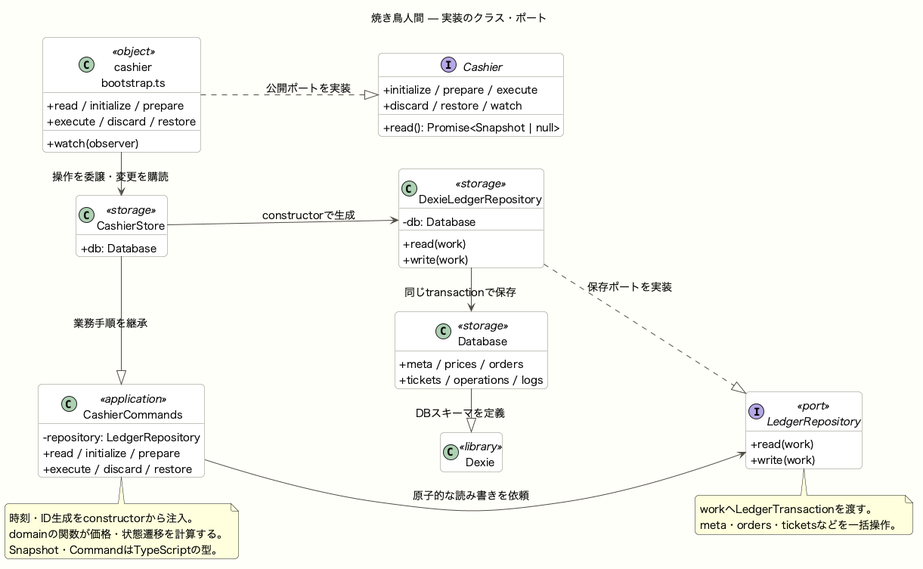
97kuek/yakitoriningen keeps this PlantUML diagram as docs/images/classes.png. Above is the earlier version.
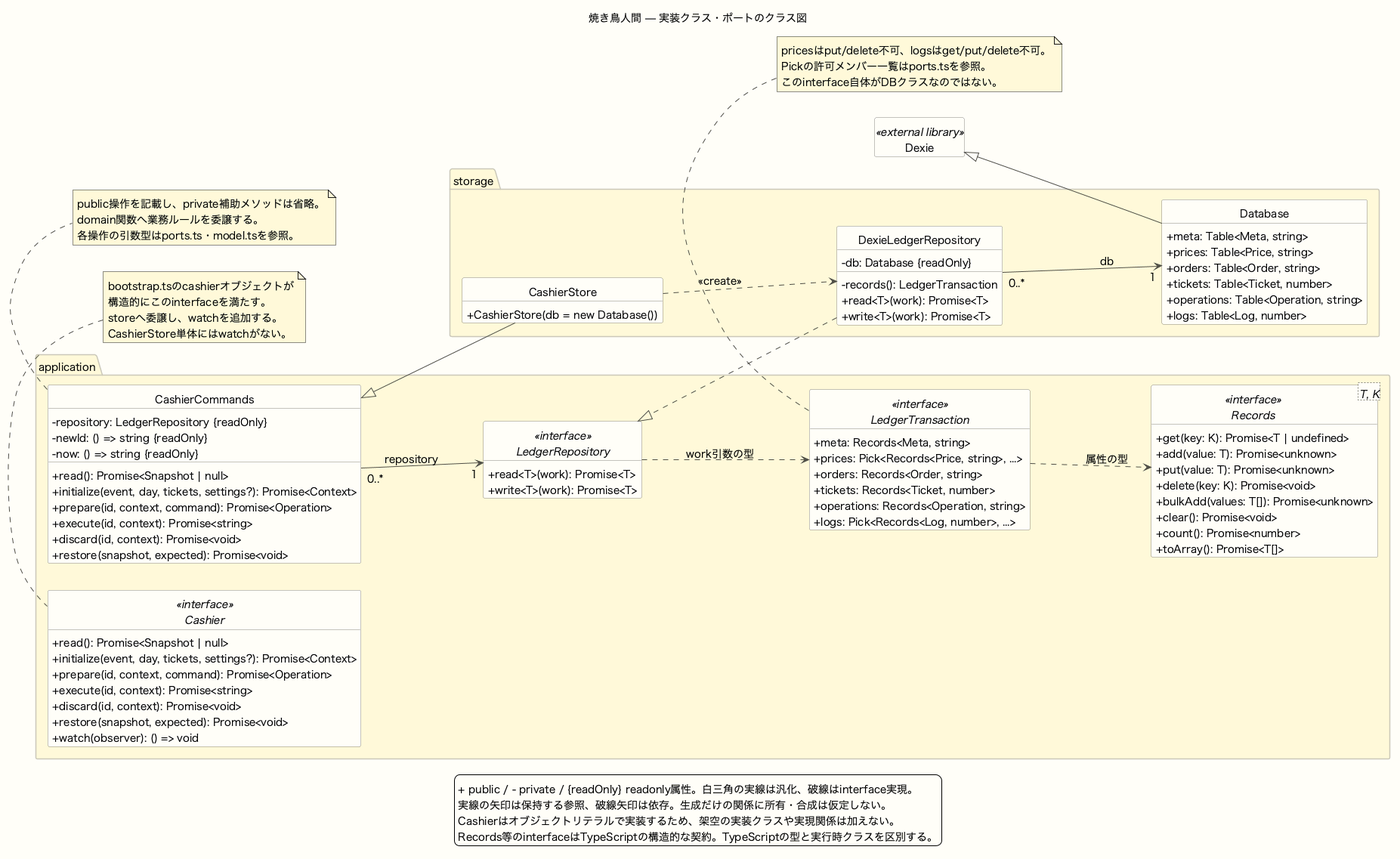
Above is the later version.

The edit, as a diff of the source:
```diff
@@ -3,8 +3,6 @@
 skinparam defaultFontName "Hiragino Sans"
 skinparam defaultFontSize 14
 skinparam shadowing false
-skinparam roundCorner 10
-skinparam packageStyle rectangle
 skinparam classAttributeIconSize 0
 skinparam ArrowColor #504F45
 skinparam classBackgroundColor #FFFFFF
@@ -12,55 +10,101 @@
 skinparam packageBackgroundColor #FFF9D9
 skinparam packageBorderColor #CBC8B9
 hide empty members
+hide circle
 left to right direction
-title 焼き鳥人間 — 実装のクラス・ポート
-class "cashier\nbootstrap.ts" as CashierObject <<object>> {
-  +read / initialize / prepare
-  +execute / discard / restore
-  +watch(observer)
+title 焼き鳥人間 — 実装クラス・ポートのクラス図
+package "application" {
+  interface Cashier <<interface>> {
+    +read(): Promise<Snapshot | null>
+    +initialize(event, day, tickets, settings?): Promise<Context>
+    +prepare(id, context, command): Promise<Operation>
+    +execute(id, context): Promise<string>
+    +discard(id, context): Promise<void>
+    +restore(snapshot, expected): Promise<void>
+    +watch(observer): () => void
+  }
+  class CashierCommands {
+    -repository: LedgerRepository {readOnly}
+    {field} -newId: () => string {readOnly}
+    {field} -now: () => string {readOnly}
+    +read(): Promise<Snapshot | null>
+    +initialize(event, day, tickets, settings?): Promise<Context>
+    +prepare(id, context, command): Promise<Operation>
+    +execute(id, context): Promise<string>
+    +discard(id, context): Promise<void>
+    +restore(snapshot, expected): Promise<void>
+  }
+  interface LedgerRepository <<interface>> {
+    +read<T>(work): Promise<T>
+    +write<T>(work): Promise<T>
+  }
+  interface LedgerTransaction <<interface>> {
+    +meta: Records<Meta, string>
+    +prices: Pick<Records<Price, string>, ...>
+    +orders: Records<Order, string>
+    +tickets: Records<Ticket, number>
+    +operations: Records<Operation, string>
+    +logs: Pick<Records<Log, number>, ...>
+  }
+  interface "Records<T, K>" as Records <<interface>> {
+    +get(key: K): Promise<T | undefined>
+    +add(value: T): Promise<unknown>
+    +put(value: T): Promise<unknown>
+    +delete(key: K): Promise<void>
+    +bulkAdd(values: T[]): Promise<unknown>
+    +clear(): Promise<void>
+    +count(): Promise<number>
+    +toArray(): Promise<T[]>
+  }
 }
-interface Cashier {
-  +read(): Promise<Snapshot | null>
-  +initialize / prepare / execute
-  +discard / restore / watch
+package "storage" {
+  class CashierStore {
+    +CashierStore(db = new Database())
+  }
+  class DexieLedgerRepository {
+    -db: Database {readOnly}
+    -records(): LedgerTransaction
+    +read<T>(work): Promise<T>
+    +write<T>(work): Promise<T>
+  }
+  class Database {
+    +meta: Table<Meta, string>
+    +prices: Table<Price, string>
+    +orders: Table<Order, string>
+    +tickets: Table<Ticket, number>
+    +operations: Table<Operation, string>
+    +logs: Table<Log, number>
+  }
 }
-class CashierStore <<storage>> {
-  +db: Database
-}
-class CashierCommands <<application>> {
-  -repository: LedgerRepository
-  +read / initialize / prepare
-  +execute / discard / restore
-}
-interface LedgerRepository <<port>> {
-  +read(work)
-  +write(work)
-}
-class DexieLedgerRepository <<storage>> {
-  -db: Database
-  +read(work)
-  +write(work)
-}
-class Database <<storage>> {
-  +meta / prices / orders
-  +tickets / operations / logs
-}
-class Dexie <<library>>
-CashierObject ..|> Cashier : 公開ポートを実装
-CashierObject -right-> CashierStore : 操作を委譲・変更を購読
-CashierStore -right-|> CashierCommands : 業務手順を継承
-CashierCommands -right-> LedgerRepository : 原子的な読み書きを依頼
-DexieLedgerRepository ..|> LedgerRepository : 保存ポートを実装
-CashierStore -down-> DexieLedgerRepository : constructorで生成
-DexieLedgerRepository -right-> Database : 同じtransactionで保存
-Database -right-|> Dexie : DBスキーマを定義
+class Dexie <<external library>>
+CashierStore -up-|> CashierCommands
+CashierCommands "0..*" --> "1" LedgerRepository : repository
+DexieLedgerRepository ..|> LedgerRepository
+CashierStore ..> DexieLedgerRepository : <<create>>
+DexieLedgerRepository "0..*" --> "1" Database : db
+Database -up-|> Dexie
+LedgerRepository ..> LedgerTransaction : work引数の型
+LedgerTransaction ..> Records : 属性の型
+note top of Cashier
+  bootstrap.tsのcashierオブジェクトが
+  構造的にこのinterfaceを満たす。
+  storeへ委譲し、watchを追加する。
+  CashierStore単体にはwatchがない。
+end note
 note bottom of CashierCommands
-  時刻・ID生成をconstructorから注入。
-  domainの関数が価格・状態遷移を計算する。
-  Snapshot・CommandはTypeScriptの型。
+  public操作を記載し、private補助メソッドは省略。
+  domain関数へ業務ルールを委譲する。
+  各操作の引数型はports.ts・model.tsを参照。
 end note
-note bottom of LedgerRepository
-  workへLedgerTransactionを渡す。
-  meta・orders・ticketsなどを一括操作。
+note bottom of LedgerTransaction
+  pricesはput/delete不可、logsはget/put/delete不可。
+  Pickの許可メンバー一覧はports.tsを参照。
+  このinterface自体がDBクラスなのではない。
 end note
+legend bottom
+  + public / - private / {readOnly} readonly属性。白三角の実線は汎化、破線はinterface実現。
+  実線の矢印は保持する参照、破線矢印は依存。生成だけの関係に所有・合成は仮定しない。
+  Cashierはオブジェクトリテラルで実装するため、架空の実装クラスや実現関係は加えない。
+  Records等のinterfaceはTypeScriptの構造的な契約。TypeScriptの型と実行時クラスを区別する。
+endlegend
 @enduml
```
